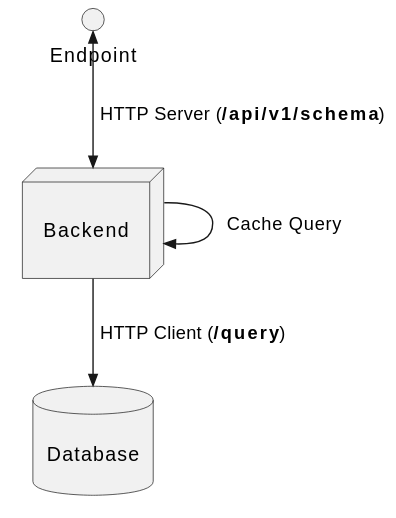
Earlier version of the PlantUML export docs/images/schema-endpoint.svg (ulbmuenster/dataasee). Its diagram source:
```plantuml
@startuml
interface endpoint [
Endpoint
]

node backend [

Backend

]

database database [

Database

]

endpoint <<-->> backend : " HTTP Server (<b>/api/v1/schema</b>)"
backend -->> database : " HTTP Client (<b>/query</b>)"
backend -->> backend : " Cache Query"
@enduml
```
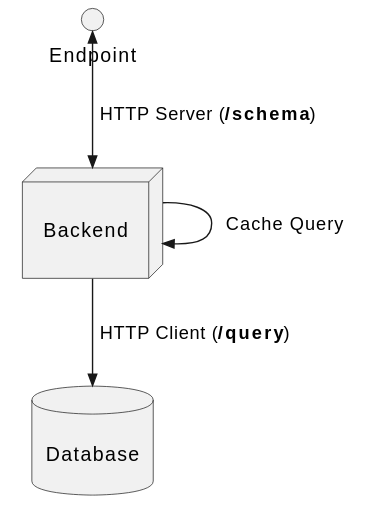
Above is the later version.

The edit, as a diff of the source:
```diff
@@ -15,7 +15,7 @@
 
 ]
 
-endpoint <<-->> backend : " HTTP Server (<b>/api/v1/schema</b>)"
+endpoint <<-->> backend : " HTTP Server (<b>/schema</b>)"
 backend -->> database : " HTTP Client (<b>/query</b>)"
 backend -->> backend : " Cache Query"
 @enduml
```
